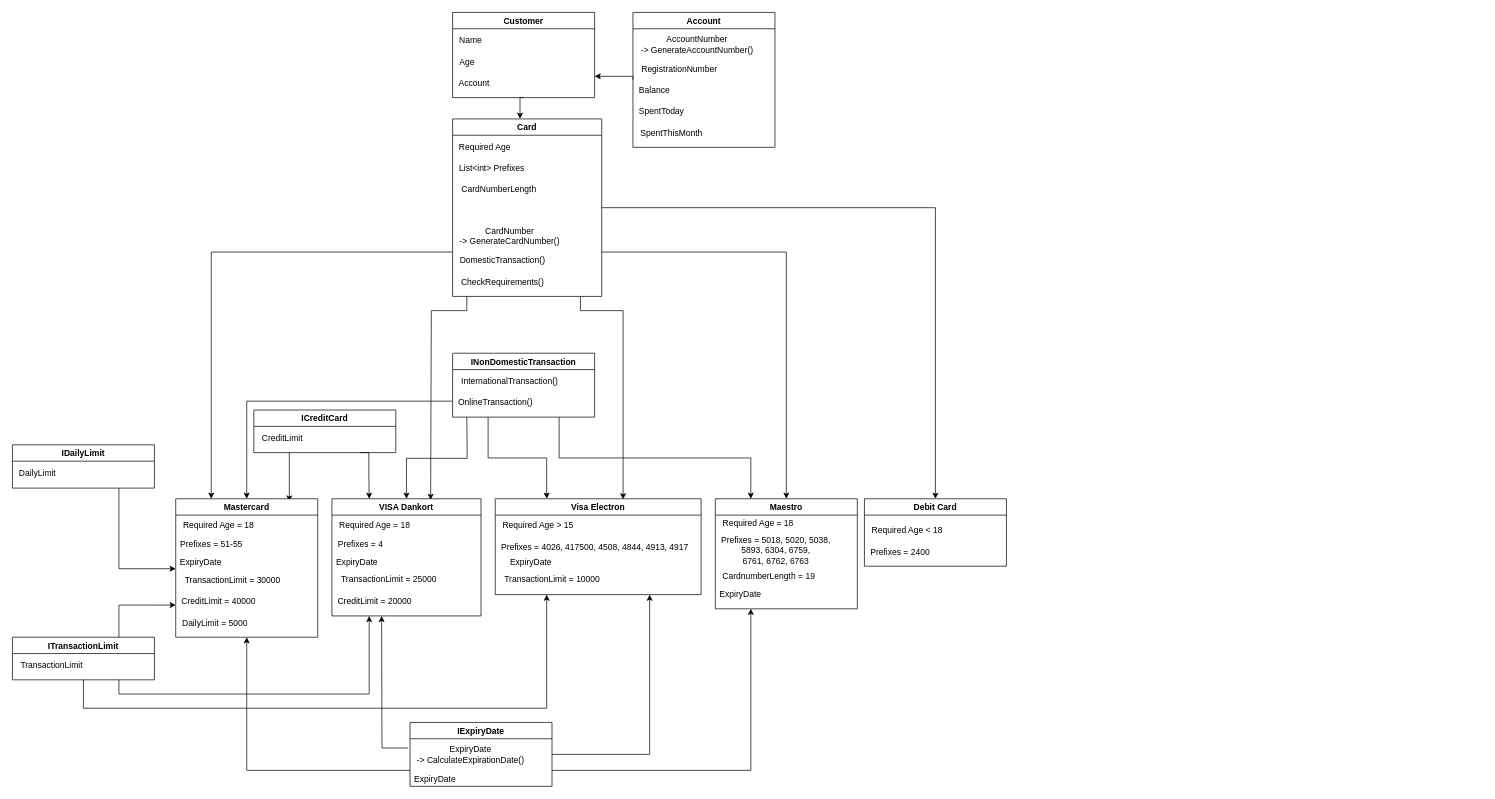
Earlier version of the draw.io diagram MyBanker.drawio (GoosLife/MyBanker). Source tidied: cells renumbered, new cells numbered last; positions are measured from the earlier drawing's top-left corner, leaving out a move shared by most shapes. Both pictures are drawn from the tidied source at 71%, with x=0, y=0 at pixel (12, 12).
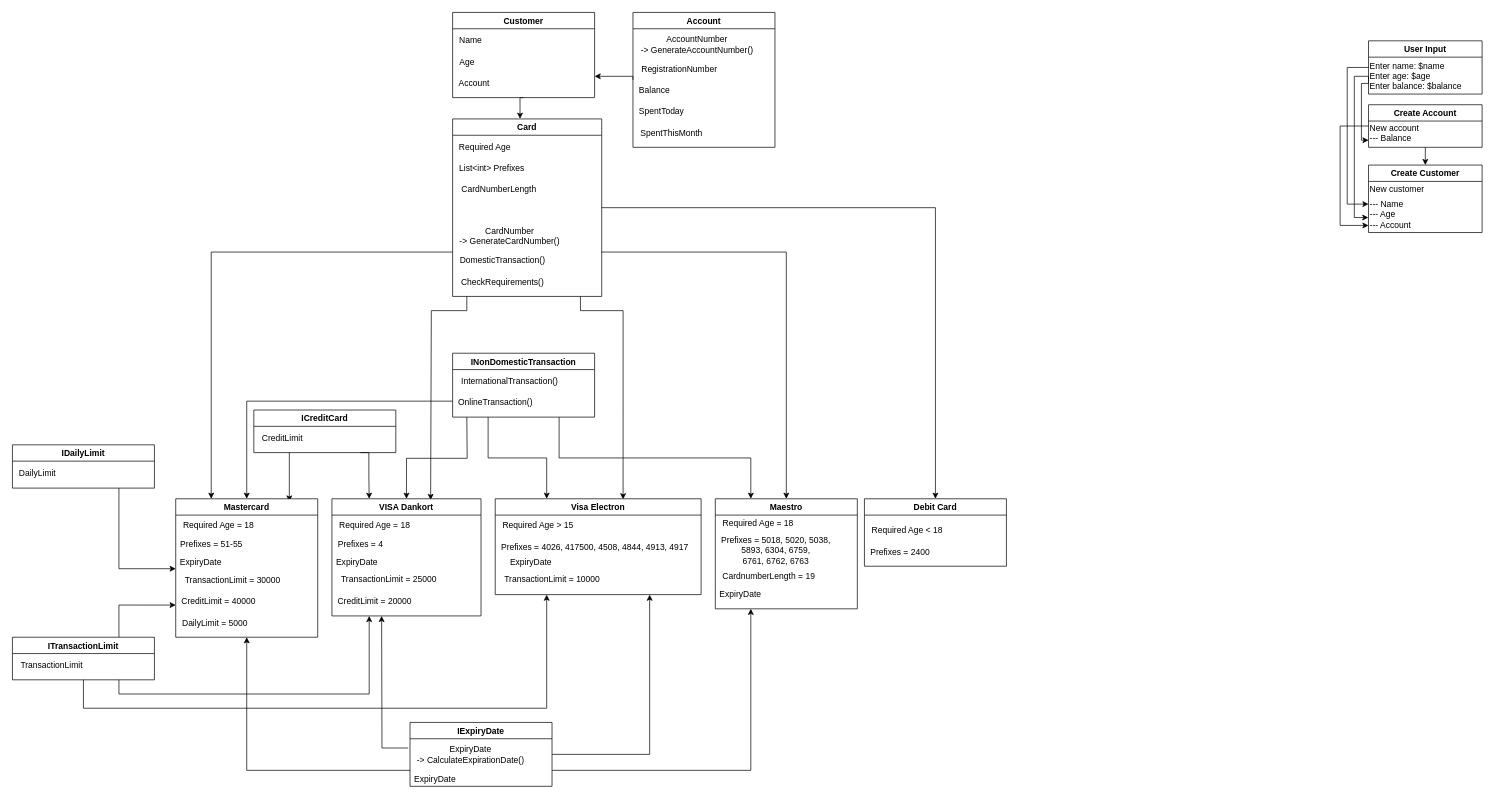
Above is the later version.

Change to the diagram source:
```diff
@@
+    <mxCell id="78" style="edgeStyle=orthogonalEdgeStyle;rounded=0;jettySize=auto;html=1;exitX=0.5;exitY=1;exitDx=0;exitDy=0;entryX=0.5;entryY=0;entryDx=0;entryDy=0;" parent="1" edge="1" source="80" target="82">
+      <mxGeometry relative="1" as="geometry" />
+    </mxCell>
+    <mxCell id="79" style="edgeStyle=orthogonalEdgeStyle;rounded=0;jettySize=auto;html=1;exitX=0;exitY=0.5;exitDx=0;exitDy=0;entryX=0;entryY=0.8;entryDx=0;entryDy=0;entryPerimeter=0;" parent="1" edge="1" source="80" target="84">
+      <mxGeometry relative="1" as="geometry">
+        <Array as="points">
+          <mxPoint x="1870" y="160" />
+          <mxPoint x="1870" y="300" />
+        </Array>
+      </mxGeometry>
+    </mxCell>
+    <mxCell id="80" value="Create Account" style="swimlane;startSize=23;" parent="1" vertex="1">
+      <mxGeometry x="1910" y="130" width="160" height="60" as="geometry" />
+    </mxCell>
+    <mxCell id="81" value="&lt;div align=&quot;left&quot;&gt;New account&lt;/div&gt;&lt;div align=&quot;left&quot;&gt;--- Balance&lt;br&gt;&lt;/div&gt;" style="text;html=1;align=left;verticalAlign=middle;points=[];strokeColor=none;fillColor=none;" parent="80" vertex="1">
+      <mxGeometry y="25" width="90" height="30" as="geometry" />
+    </mxCell>
+    <mxCell id="82" value="Create Customer" style="swimlane;" parent="1" vertex="1">
+      <mxGeometry x="1910" y="215" width="160" height="95" as="geometry" />
+    </mxCell>
+    <mxCell id="83" value="&lt;div&gt;New customer&lt;/div&gt;" style="text;html=1;align=left;verticalAlign=middle;strokeColor=none;fillColor=none;" parent="82" vertex="1">
+      <mxGeometry y="25" width="100" height="20" as="geometry" />
+    </mxCell>
+    <mxCell id="84" value="&lt;div align=&quot;left&quot;&gt;--- Name&lt;/div&gt;&lt;div align=&quot;left&quot;&gt;--- Age&lt;/div&gt;&lt;div align=&quot;left&quot;&gt;--- Account&lt;br&gt;&lt;/div&gt;" style="text;html=1;align=left;verticalAlign=middle;points=[];strokeColor=none;fillColor=none;" parent="82" vertex="1">
+      <mxGeometry y="45" width="70" height="50" as="geometry" />
+    </mxCell>
+    <mxCell id="85" style="edgeStyle=orthogonalEdgeStyle;rounded=0;jettySize=auto;html=1;exitX=0;exitY=0.5;exitDx=0;exitDy=0;entryX=0;entryY=0.2;entryDx=0;entryDy=0;entryPerimeter=0;" parent="1" edge="1" source="88" target="84">
+      <mxGeometry relative="1" as="geometry">
+        <Array as="points">
+          <mxPoint x="1880" y="78" />
+          <mxPoint x="1880" y="270" />
+        </Array>
+      </mxGeometry>
+    </mxCell>
+    <mxCell id="86" style="edgeStyle=orthogonalEdgeStyle;rounded=0;jettySize=auto;html=1;exitX=0;exitY=0.75;exitDx=0;exitDy=0;entryX=-0.004;entryY=0.578;entryDx=0;entryDy=0;entryPerimeter=0;" parent="1" edge="1" source="88" target="84">
+      <mxGeometry relative="1" as="geometry">
+        <Array as="points">
+          <mxPoint x="1910" y="90" />
+          <mxPoint x="1890" y="90" />
+          <mxPoint x="1890" y="289" />
+        </Array>
+      </mxGeometry>
+    </mxCell>
+    <mxCell id="87" style="edgeStyle=orthogonalEdgeStyle;rounded=0;jettySize=auto;html=1;exitX=0;exitY=0.75;exitDx=0;exitDy=0;entryX=0.001;entryY=0.833;entryDx=0;entryDy=0;entryPerimeter=0;" parent="1" edge="1" source="88" target="81">
+      <mxGeometry relative="1" as="geometry">
+        <Array as="points">
+          <mxPoint x="1910" y="100" />
+          <mxPoint x="1900" y="100" />
+          <mxPoint x="1900" y="180" />
+        </Array>
+      </mxGeometry>
+    </mxCell>
+    <mxCell id="88" value="User Input" style="swimlane;startSize=23;" parent="1" vertex="1">
+      <mxGeometry x="1910" y="40" width="160" height="75" as="geometry" />
+    </mxCell>
+    <mxCell id="89" value="&lt;div align=&quot;left&quot;&gt;Enter name: $name&lt;/div&gt;&lt;div align=&quot;left&quot;&gt;Enter age: $age&lt;/div&gt;&lt;div align=&quot;left&quot;&gt;Enter balance: $balance&lt;br&gt;&lt;/div&gt;" style="text;html=1;align=left;verticalAlign=middle;strokeColor=none;fillColor=none;" parent="88" vertex="1">
+      <mxGeometry y="25" width="150" height="50" as="geometry" />
+    </mxCell>
```
